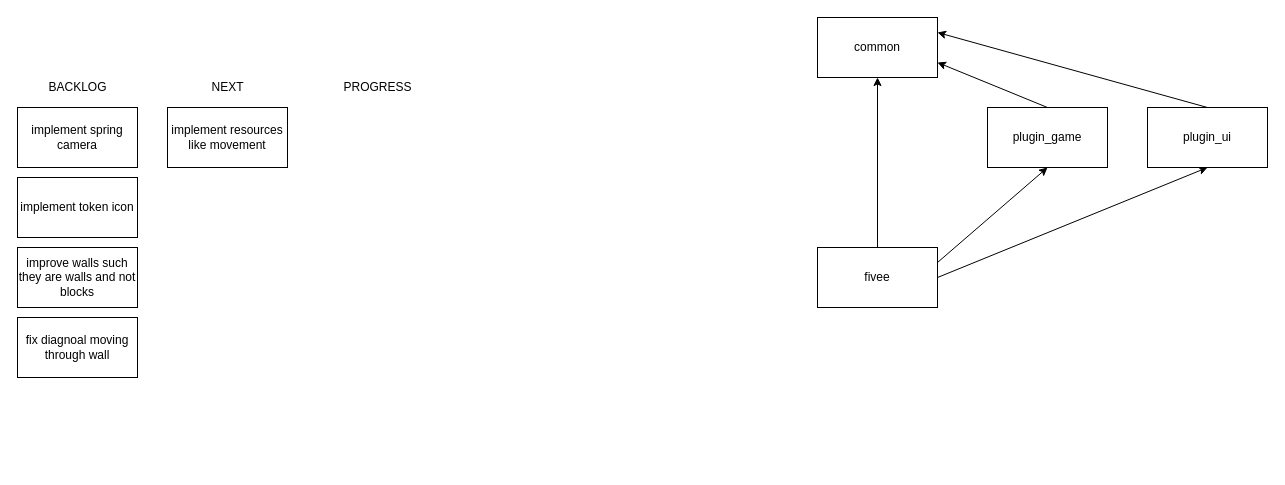
This is .drawio from horup/fivee, a draw.io file, before an edit. Source tidied: cells renumbered, new cells numbered last; positions are measured from the earlier drawing's top-left corner, leaving out a move shared by most shapes. Both pictures are drawn from the tidied source at 100%, with x=0, y=0 at pixel (17, 17).
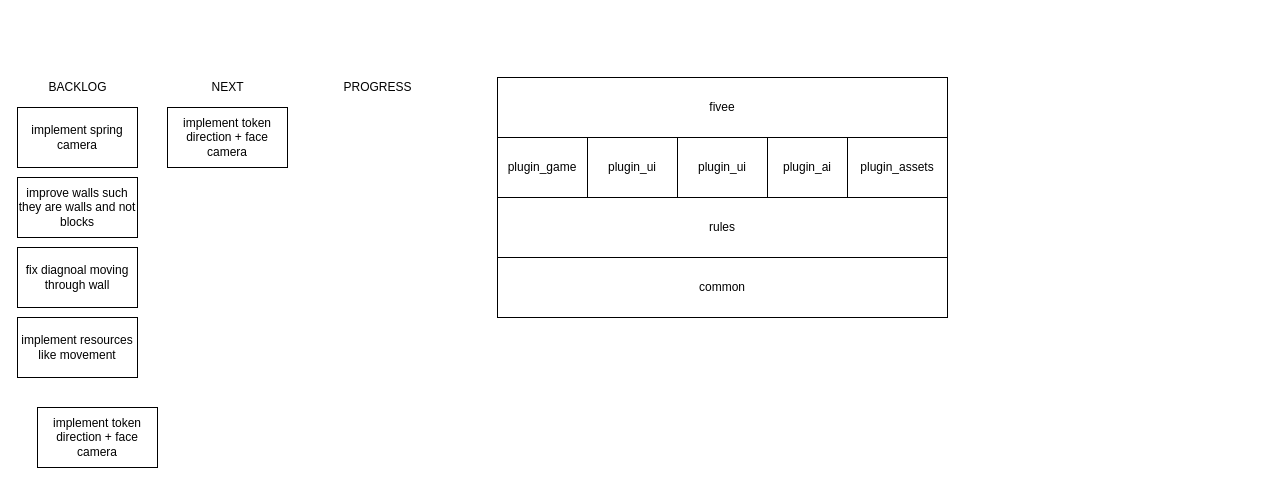
After the change.

Diff of the diagram source:
```diff
@@
 <mxGraphModel>
   <root>
     <mxCell id="0" />
     <mxCell id="1" parent="0" />
-    <mxCell id="2" style="edgeStyle=none;html=1;exitX=0.5;exitY=0;exitDx=0;exitDy=0;" parent="1" edge="1" source="5" target="6">
-      <mxGeometry relative="1" as="geometry" />
-    </mxCell>
-    <mxCell id="3" style="edgeStyle=none;html=1;exitX=1;exitY=0.25;exitDx=0;exitDy=0;entryX=0.5;entryY=1;entryDx=0;entryDy=0;" parent="1" edge="1" source="5" target="8">
-      <mxGeometry relative="1" as="geometry" />
-    </mxCell>
-    <mxCell id="4" style="edgeStyle=none;html=1;exitX=1;exitY=0.5;exitDx=0;exitDy=0;entryX=0.5;entryY=1;entryDx=0;entryDy=0;" parent="1" edge="1" source="5" target="13">
-      <mxGeometry relative="1" as="geometry" />
-    </mxCell>
-    <mxCell id="5" value="fivee" style="rounded=0;whiteSpace=wrap;html=1;" parent="1" vertex="1">
-      <mxGeometry x="800" y="230" width="120" height="60" as="geometry" />
+    <mxCell id="5" value="common" style="rounded=0;whiteSpace=wrap;html=1;" parent="1" vertex="1">
+      <mxGeometry x="480" y="240" width="450" height="60" as="geometry" />
     </mxCell>
-    <mxCell id="6" value="common" style="rounded=0;whiteSpace=wrap;html=1;" parent="1" vertex="1">
-      <mxGeometry x="800" width="120" height="60" as="geometry" />
-    </mxCell>
-    <mxCell id="7" style="edgeStyle=none;html=1;exitX=0.5;exitY=0;exitDx=0;exitDy=0;entryX=1;entryY=0.75;entryDx=0;entryDy=0;" parent="1" edge="1" source="8" target="6">
-      <mxGeometry relative="1" as="geometry" />
-    </mxCell>
-    <mxCell id="8" value="plugin_game" style="rounded=0;whiteSpace=wrap;html=1;" parent="1" vertex="1">
-      <mxGeometry x="970" y="90" width="120" height="60" as="geometry" />
-    </mxCell>
     <mxCell id="9" value="BACKLOG" style="text;html=1;align=center;verticalAlign=middle;strokeColor=none;fillColor=none;" parent="1" vertex="1">
       <mxGeometry x="20" y="55" width="80" height="30" as="geometry" />
     </mxCell>
     <mxCell id="10" value="NEXT" style="text;html=1;align=center;verticalAlign=middle;strokeColor=none;fillColor=none;" parent="1" vertex="1">
       <mxGeometry x="180" y="55" width="60" height="30" as="geometry" />
     </mxCell>
     <mxCell id="11" value="PROGRESS" style="text;html=1;align=center;verticalAlign=middle;strokeColor=none;fillColor=none;" parent="1" vertex="1">
       <mxGeometry x="315" y="55" width="90" height="30" as="geometry" />
     </mxCell>
-    <mxCell id="12" style="edgeStyle=none;html=1;exitX=0.5;exitY=0;exitDx=0;exitDy=0;entryX=1;entryY=0.25;entryDx=0;entryDy=0;" parent="1" edge="1" source="13" target="6">
-      <mxGeometry relative="1" as="geometry" />
-    </mxCell>
-    <mxCell id="13" value="plugin_ui" style="rounded=0;whiteSpace=wrap;html=1;" parent="1" vertex="1">
-      <mxGeometry x="1130" y="90" width="120" height="60" as="geometry" />
-    </mxCell>
     <mxCell id="14" value="implement spring camera" style="rounded=0;whiteSpace=wrap;html=1;" parent="1" vertex="1">
       <mxGeometry y="90" width="120" height="60" as="geometry" />
     </mxCell>
     <mxCell id="15" value="implement resources like movement" style="rounded=0;whiteSpace=wrap;html=1;" parent="1" vertex="1">
-      <mxGeometry x="150" y="90" width="120" height="60" as="geometry" />
+      <mxGeometry y="300" width="120" height="60" as="geometry" />
     </mxCell>
     <mxCell id="16" value="improve walls such they are walls and not blocks" style="rounded=0;whiteSpace=wrap;html=1;" parent="1" vertex="1">
-      <mxGeometry y="230" width="120" height="60" as="geometry" />
+      <mxGeometry y="160" width="120" height="60" as="geometry" />
     </mxCell>
     <mxCell id="17" value="fix diagnoal moving through wall" style="rounded=0;whiteSpace=wrap;html=1;" parent="1" vertex="1">
-      <mxGeometry y="300" width="120" height="60" as="geometry" />
+      <mxGeometry y="230" width="120" height="60" as="geometry" />
     </mxCell>
-    <mxCell id="18" value="implement token icon" style="rounded=0;whiteSpace=wrap;html=1;" parent="1" vertex="1">
-      <mxGeometry y="160" width="120" height="60" as="geometry" />
-    </mxCell>
+    <mxCell id="19" value="rules" style="rounded=0;whiteSpace=wrap;html=1;" parent="1" vertex="1">
+      <mxGeometry x="480" y="180" width="450" height="60" as="geometry" />
+    </mxCell>
+    <mxCell id="8" value="plugin_game" style="rounded=0;whiteSpace=wrap;html=1;" parent="1" vertex="1">
+      <mxGeometry x="480" y="120" width="90" height="60" as="geometry" />
+    </mxCell>
+    <mxCell id="20" value="plugin_ui" style="rounded=0;whiteSpace=wrap;html=1;" parent="1" vertex="1">
+      <mxGeometry x="570" y="120" width="90" height="60" as="geometry" />
+    </mxCell>
+    <mxCell id="21" value="plugin_ui" style="rounded=0;whiteSpace=wrap;html=1;" parent="1" vertex="1">
+      <mxGeometry x="660" y="120" width="90" height="60" as="geometry" />
+    </mxCell>
+    <mxCell id="22" value="plugin_ai" style="rounded=0;whiteSpace=wrap;html=1;" parent="1" vertex="1">
+      <mxGeometry x="750" y="120" width="80" height="60" as="geometry" />
+    </mxCell>
+    <mxCell id="23" value="fivee" style="rounded=0;whiteSpace=wrap;html=1;" parent="1" vertex="1">
+      <mxGeometry x="480" y="60" width="450" height="60" as="geometry" />
+    </mxCell>
+    <mxCell id="24" value="implement token direction + face camera" style="rounded=0;whiteSpace=wrap;html=1;" parent="1" vertex="1">
+      <mxGeometry x="150" y="90" width="120" height="60" as="geometry" />
+    </mxCell>
+    <mxCell id="25" value="implement token direction + face camera" style="rounded=0;whiteSpace=wrap;html=1;" parent="1" vertex="1">
+      <mxGeometry x="20" y="390" width="120" height="60" as="geometry" />
+    </mxCell>
+    <mxCell id="26" value="plugin_assets" style="rounded=0;whiteSpace=wrap;html=1;" parent="1" vertex="1">
+      <mxGeometry x="830" y="120" width="100" height="60" as="geometry" />
+    </mxCell>
   </root>
 </mxGraphModel>
```
